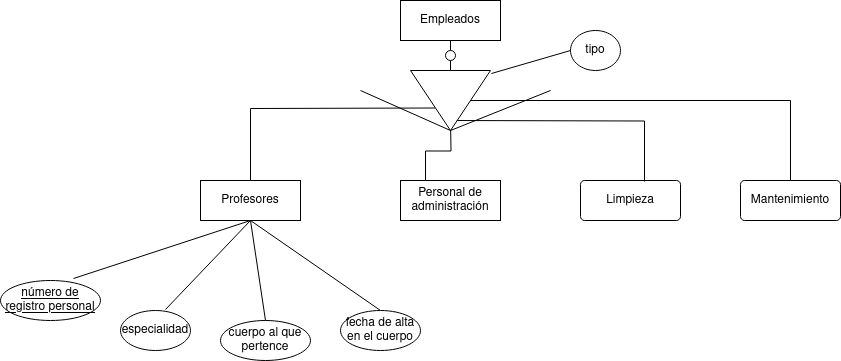
Earlier version of the draw.io export Unidad-1/Tareas/Tarea 8/Tarea-8.drawio.png (CRhernandez1/base-datos). Source tidied: cells renumbered, new cells last; positions are measured from the earlier drawing's top-left corner, leaving out a move shared by most shapes.
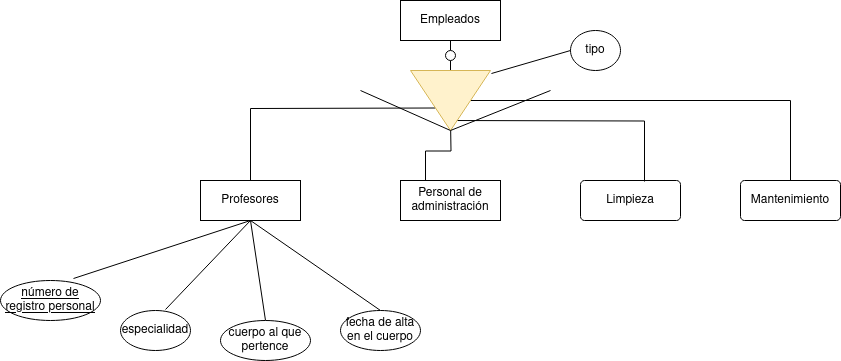
The same diagram one commit later.

Diff of the diagram source:
```diff
@@ -64,7 +64,7 @@
     <mxCell id="19" style="edgeStyle=orthogonalEdgeStyle;rounded=0;jettySize=auto;html=1;exitX=0.5;exitY=0;exitDx=0;exitDy=0;entryX=0.5;entryY=0;entryDx=0;entryDy=0;endArrow=none;endFill=0;" parent="1" edge="1" source="20" target="18">
       <mxGeometry relative="1" as="geometry" />
     </mxCell>
-    <mxCell id="20" style="triangle;whiteSpace=wrap;html=1;rotation=90;" parent="1" vertex="1">
+    <mxCell id="20" style="triangle;whiteSpace=wrap;html=1;rotation=90;fillColor=#fff2cc;strokeColor=#d6b656;" parent="1" vertex="1">
       <mxGeometry x="420" y="60" width="60" height="80" as="geometry" />
     </mxCell>
     <mxCell id="21" value="tipo" style="ellipse;whiteSpace=wrap;html=1;align=center;" parent="1" vertex="1">
```
